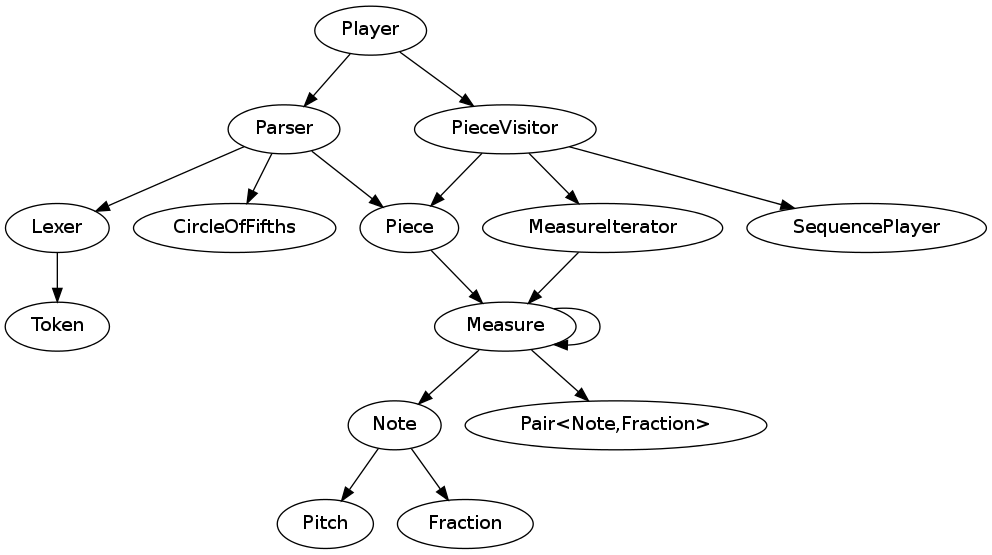
Earlier version of the Graphviz export design/classes.png (Zomega/abcplayer). Its source is kept beside it as design/classes.dot.
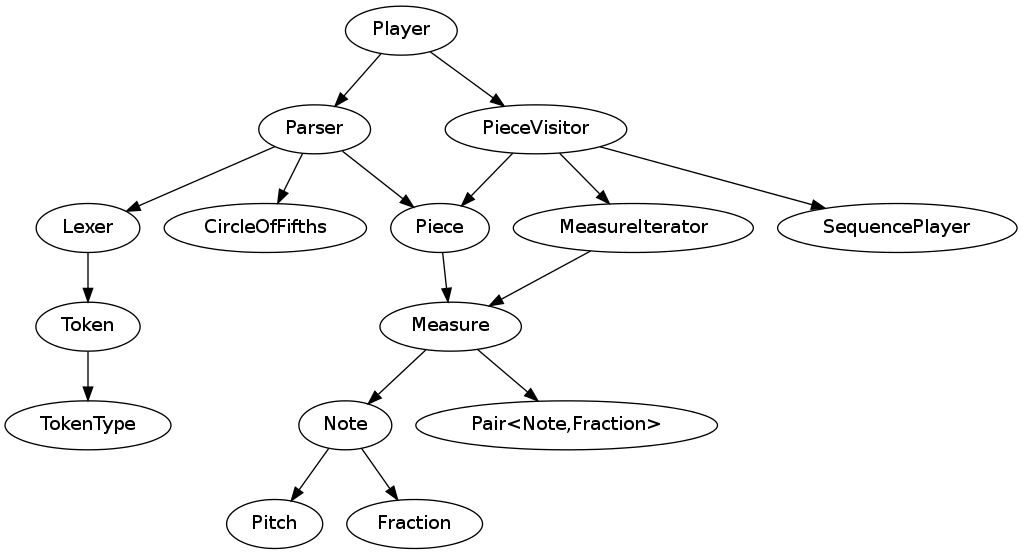
The same diagram one commit later.

What changed in the source:
```diff
@@ -1,13 +1,12 @@
 
 
 digraph Classes {
-	Parser -> Lexer -> Token;
+	Parser -> Lexer -> Token->TokenType;
 	Parser -> CircleOfFifths
 	Parser -> Piece;
 	PieceVisitor -> Piece;
 	PieceVisitor -> MeasureIterator->Measure;
 	Piece->Measure->Note;
-	Measure->Measure;
 	Measure->"Pair<Note,Fraction>";
 	Note->Pitch;
 	Note->Fraction;
```
